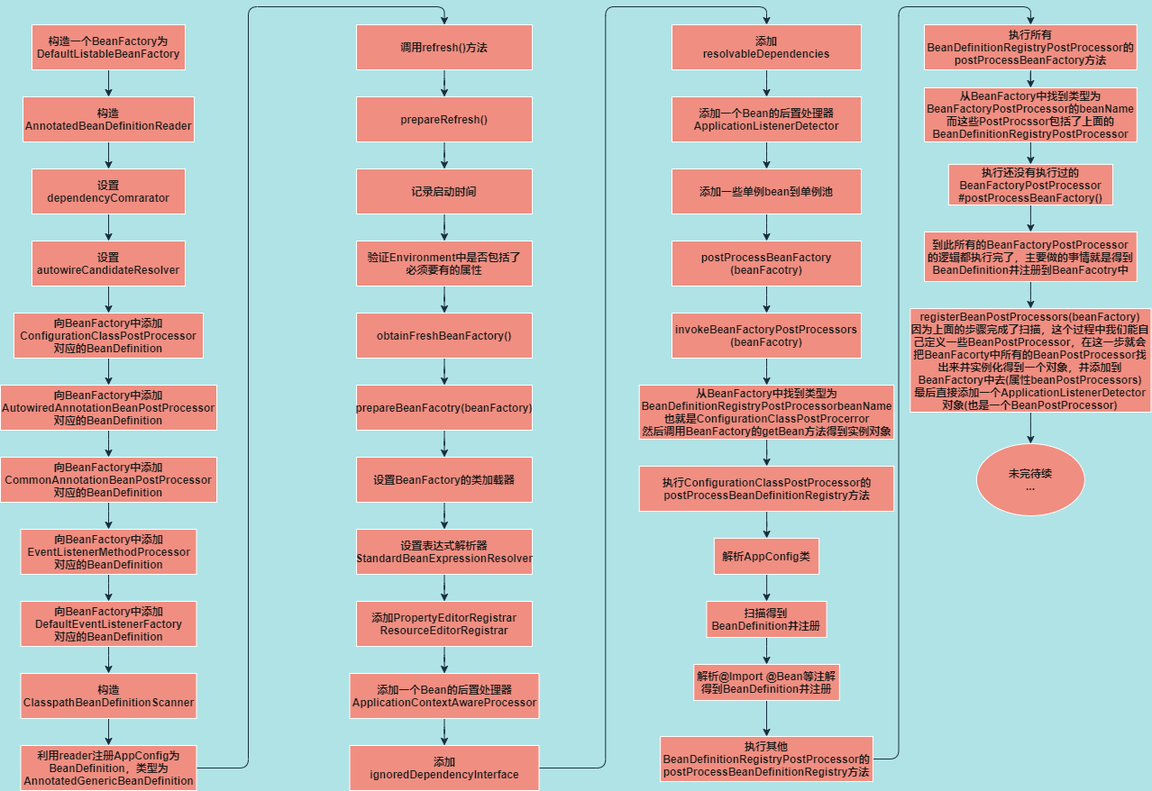
Earlier version of the draw.io export docs/spring/imgs/Spring启动流程1212.png (turn-left/turn-left.github.io). Source tidied: cells renumbered, new cells last; positions are measured from the earlier drawing's top-left corner, leaving out a move shared by most shapes.
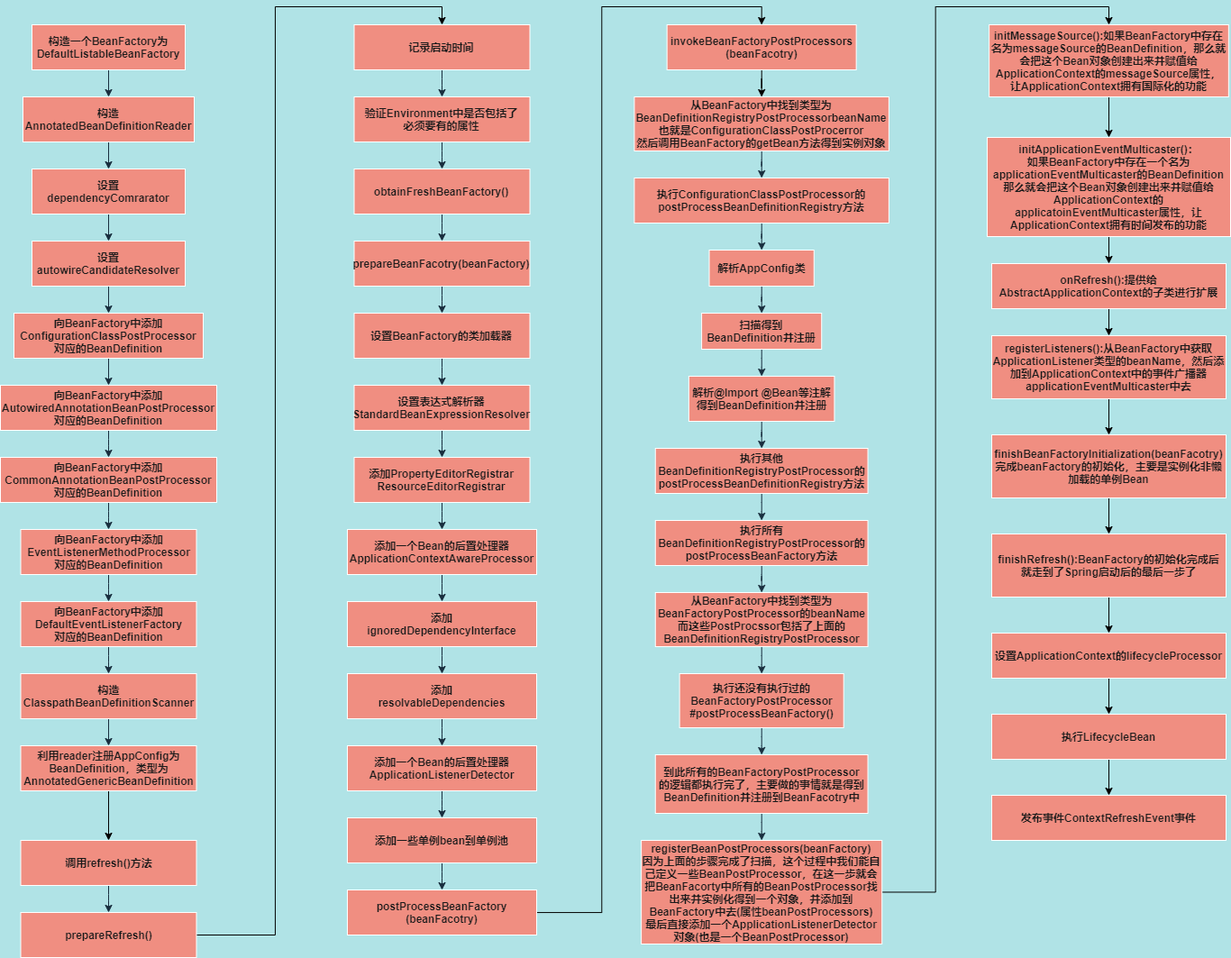
Later version of the same file.

Diff of the diagram source:
```diff
@@ -52,10 +52,4 @@
     </mxCell>
-    <mxCell id="18" style="edgeStyle=orthogonalEdgeStyle;curved=0;rounded=1;sketch=0;jettySize=auto;html=1;strokeColor=#182E3E;fontColor=#1A1A1A;entryX=0.5;entryY=0;entryDx=0;entryDy=0;labelBackgroundColor=#B0E3E6;" parent="1" edge="1" source="19" target="21">
-      <mxGeometry relative="1" as="geometry">
-        <Array as="points">
-          <mxPoint x="275" y="845" />
-          <mxPoint x="275" />
-          <mxPoint x="493" />
-        </Array>
-      </mxGeometry>
+    <mxCell id="18" style="edgeStyle=orthogonalEdgeStyle;rounded=0;jettySize=auto;html=1;" parent="1" edge="1" source="19" target="21">
+      <mxGeometry relative="1" as="geometry" />
     </mxCell>
@@ -68,5 +62,5 @@
     <mxCell id="21" value="调用refresh()方法" style="rounded=0;whiteSpace=wrap;html=1;fontStyle=1;fillColor=#F08E81;strokeColor=#FFFFFF;fontColor=#1A1A1A;" parent="1" vertex="1">
-      <mxGeometry x="395" y="20" width="195" height="50" as="geometry" />
+      <mxGeometry x="22.5" y="925" width="195" height="50" as="geometry" />
     </mxCell>
-    <mxCell id="22" style="edgeStyle=orthogonalEdgeStyle;curved=0;rounded=1;sketch=0;jettySize=auto;html=1;strokeColor=#182E3E;fontColor=#1A1A1A;labelBackgroundColor=#B0E3E6;" parent="1" edge="1" source="23" target="25">
+    <mxCell id="22" style="edgeStyle=orthogonalEdgeStyle;rounded=0;jettySize=auto;html=1;entryX=0.5;entryY=0;entryDx=0;entryDy=0;" parent="1" edge="1" source="23" target="25">
       <mxGeometry relative="1" as="geometry" />
@@ -74,3 +68,3 @@
     <mxCell id="23" value="prepareRefresh()" style="rounded=0;whiteSpace=wrap;html=1;fontStyle=1;fillColor=#F08E81;strokeColor=#FFFFFF;fontColor=#1A1A1A;" parent="1" vertex="1">
-      <mxGeometry x="395" y="100" width="195" height="50" as="geometry" />
+      <mxGeometry x="22.5" y="1005" width="195" height="50" as="geometry" />
     </mxCell>
@@ -80,3 +74,3 @@
     <mxCell id="25" value="记录启动时间" style="rounded=0;whiteSpace=wrap;html=1;fontStyle=1;fillColor=#F08E81;strokeColor=#FFFFFF;fontColor=#1A1A1A;" parent="1" vertex="1">
-      <mxGeometry x="395" y="180" width="195" height="50" as="geometry" />
+      <mxGeometry x="392.5" y="20" width="195" height="50" as="geometry" />
     </mxCell>
@@ -86,3 +80,3 @@
     <mxCell id="27" value="验证Environment中是否包括了&lt;br&gt;必须要有的属性" style="rounded=0;whiteSpace=wrap;html=1;fontStyle=1;fillColor=#F08E81;strokeColor=#FFFFFF;fontColor=#1A1A1A;" parent="1" vertex="1">
-      <mxGeometry x="395" y="260" width="195" height="50" as="geometry" />
+      <mxGeometry x="392.5" y="100" width="195" height="50" as="geometry" />
     </mxCell>
@@ -92,3 +86,3 @@
     <mxCell id="29" value="obtainFreshBeanFactory()" style="rounded=0;whiteSpace=wrap;html=1;fontStyle=1;fillColor=#F08E81;strokeColor=#FFFFFF;fontColor=#1A1A1A;" parent="1" vertex="1">
-      <mxGeometry x="395" y="340" width="195" height="50" as="geometry" />
+      <mxGeometry x="392.5" y="180" width="195" height="50" as="geometry" />
     </mxCell>
@@ -98,3 +92,3 @@
     <mxCell id="31" value="prepareBeanFacotry(beanFactory)" style="rounded=0;whiteSpace=wrap;html=1;fontStyle=1;fillColor=#F08E81;strokeColor=#FFFFFF;fontColor=#1A1A1A;" parent="1" vertex="1">
-      <mxGeometry x="395" y="420" width="195" height="50" as="geometry" />
+      <mxGeometry x="392.5" y="260" width="195" height="50" as="geometry" />
     </mxCell>
@@ -104,3 +98,3 @@
     <mxCell id="33" value="设置BeanFactory的类加载器" style="rounded=0;whiteSpace=wrap;html=1;fontStyle=1;fillColor=#F08E81;strokeColor=#FFFFFF;fontColor=#1A1A1A;" parent="1" vertex="1">
-      <mxGeometry x="395" y="500" width="195" height="50" as="geometry" />
+      <mxGeometry x="392.5" y="340" width="195" height="50" as="geometry" />
     </mxCell>
@@ -110,3 +104,3 @@
     <mxCell id="35" value="设置表达式解析器&lt;br&gt;StandardBeanExpressionResolver" style="rounded=0;whiteSpace=wrap;html=1;fontStyle=1;fillColor=#F08E81;strokeColor=#FFFFFF;fontColor=#1A1A1A;" parent="1" vertex="1">
-      <mxGeometry x="395" y="580" width="195" height="50" as="geometry" />
+      <mxGeometry x="392.5" y="420" width="195" height="50" as="geometry" />
     </mxCell>
@@ -128,3 +122,3 @@
     <mxCell id="41" value="添加PropertyEditorRegistrar&lt;br&gt;ResourceEditorRegistrar" style="rounded=0;whiteSpace=wrap;html=1;fontStyle=1;fillColor=#F08E81;strokeColor=#FFFFFF;fontColor=#1A1A1A;" parent="1" vertex="1">
-      <mxGeometry x="395" y="660" width="195" height="50" as="geometry" />
+      <mxGeometry x="392.5" y="500" width="195" height="50" as="geometry" />
     </mxCell>
@@ -134,3 +128,3 @@
     <mxCell id="43" value="添加一个Bean的后置处理器&lt;br&gt;ApplicationContextAwareProcessor" style="rounded=0;whiteSpace=wrap;html=1;fontStyle=1;fillColor=#F08E81;strokeColor=#FFFFFF;fontColor=#1A1A1A;" parent="1" vertex="1">
-      <mxGeometry x="387.5" y="740" width="210" height="50" as="geometry" />
+      <mxGeometry x="385" y="580" width="210" height="50" as="geometry" />
     </mxCell>
@@ -140,3 +134,3 @@
     <mxCell id="45" value="添加&lt;br&gt;ignoredDependencyInterface" style="rounded=0;whiteSpace=wrap;html=1;fontStyle=1;fillColor=#F08E81;strokeColor=#FFFFFF;fontColor=#1A1A1A;" parent="1" vertex="1">
-      <mxGeometry x="387.5" y="820" width="210" height="50" as="geometry" />
+      <mxGeometry x="385" y="660" width="210" height="50" as="geometry" />
     </mxCell>
@@ -146,3 +140,3 @@
     <mxCell id="47" value="添加&lt;br&gt;resolvableDependencies" style="rounded=0;whiteSpace=wrap;html=1;fontStyle=1;fillColor=#F08E81;strokeColor=#FFFFFF;fontColor=#1A1A1A;" parent="1" vertex="1">
-      <mxGeometry x="745" y="20" width="210" height="50" as="geometry" />
+      <mxGeometry x="385" y="740" width="210" height="50" as="geometry" />
     </mxCell>
@@ -152,3 +146,3 @@
     <mxCell id="49" value="添加一个Bean的后置处理器&lt;br&gt;ApplicationListenerDetector" style="rounded=0;whiteSpace=wrap;html=1;fontStyle=1;fillColor=#F08E81;strokeColor=#FFFFFF;fontColor=#1A1A1A;" parent="1" vertex="1">
-      <mxGeometry x="745" y="100" width="210" height="50" as="geometry" />
+      <mxGeometry x="385" y="820" width="210" height="50" as="geometry" />
     </mxCell>
@@ -158,5 +152,5 @@
     <mxCell id="51" value="添加一些单例bean到单例池" style="rounded=0;whiteSpace=wrap;html=1;fontStyle=1;fillColor=#F08E81;strokeColor=#FFFFFF;fontColor=#1A1A1A;" parent="1" vertex="1">
-      <mxGeometry x="745" y="180" width="210" height="50" as="geometry" />
+      <mxGeometry x="385" y="900" width="210" height="50" as="geometry" />
     </mxCell>
-    <mxCell id="52" style="edgeStyle=orthogonalEdgeStyle;curved=0;rounded=1;sketch=0;jettySize=auto;html=1;strokeColor=#182E3E;fontColor=#1A1A1A;labelBackgroundColor=#B0E3E6;" parent="1" edge="1" source="53" target="55">
+    <mxCell id="52" style="edgeStyle=orthogonalEdgeStyle;rounded=0;jettySize=auto;html=1;entryX=0.5;entryY=0;entryDx=0;entryDy=0;" parent="1" edge="1" source="53" target="55">
       <mxGeometry relative="1" as="geometry" />
@@ -164,5 +158,5 @@
     <mxCell id="53" value="postProcessBeanFactory&lt;br&gt;(beanFacotry)" style="rounded=0;whiteSpace=wrap;html=1;fontStyle=1;fillColor=#F08E81;strokeColor=#FFFFFF;fontColor=#1A1A1A;" parent="1" vertex="1">
-      <mxGeometry x="745" y="260" width="210" height="50" as="geometry" />
+      <mxGeometry x="385" y="980" width="210" height="50" as="geometry" />
     </mxCell>
-    <mxCell id="54" style="edgeStyle=orthogonalEdgeStyle;curved=0;rounded=1;sketch=0;jettySize=auto;html=1;strokeColor=#182E3E;fontColor=#1A1A1A;labelBackgroundColor=#B0E3E6;" parent="1" edge="1" source="55" target="57">
+    <mxCell id="54" style="edgeStyle=orthogonalEdgeStyle;rounded=0;jettySize=auto;html=1;entryX=0.5;entryY=0;entryDx=0;entryDy=0;" parent="1" edge="1" source="55" target="57">
       <mxGeometry relative="1" as="geometry" />
@@ -170,3 +164,3 @@
     <mxCell id="55" value="invokeBeanFactoryPostProcessors&lt;br&gt;(beanFacotry)" style="rounded=0;whiteSpace=wrap;html=1;fontStyle=1;fillColor=#F08E81;strokeColor=#FFFFFF;fontColor=#1A1A1A;" parent="1" vertex="1">
-      <mxGeometry x="745" y="340" width="210" height="50" as="geometry" />
+      <mxGeometry x="739.7" y="20" width="210" height="50" as="geometry" />
     </mxCell>
@@ -176,3 +170,3 @@
     <mxCell id="57" value="从BeanFactory中找到类型为BeanDefinitionRegistryPostProcessorbeanName&lt;br&gt;也就是ConfigurationClassPostProcerror&lt;br&gt;然后调用BeanFactory的getBean方法得到实例对象" style="rounded=0;whiteSpace=wrap;html=1;fontStyle=1;fillColor=#F08E81;strokeColor=#FFFFFF;fontColor=#1A1A1A;" parent="1" vertex="1">
-      <mxGeometry x="708.8" y="420" width="282.5" height="60" as="geometry" />
+      <mxGeometry x="703.4" y="100" width="282.5" height="60" as="geometry" />
     </mxCell>
@@ -182,3 +176,3 @@
     <mxCell id="59" value="执行ConfigurationClassPostProcessor的&lt;br&gt;postProcessBeanDefinitionRegistry方法" style="rounded=0;whiteSpace=wrap;html=1;fontStyle=1;fillColor=#F08E81;strokeColor=#FFFFFF;fontColor=#1A1A1A;" parent="1" vertex="1">
-      <mxGeometry x="708.8" y="510" width="282.5" height="50" as="geometry" />
+      <mxGeometry x="703.4" y="190" width="282.5" height="50" as="geometry" />
     </mxCell>
@@ -188,3 +182,3 @@
     <mxCell id="61" value="解析AppConfig类" style="rounded=0;whiteSpace=wrap;html=1;fontStyle=1;fillColor=#F08E81;strokeColor=#FFFFFF;fontColor=#1A1A1A;" parent="1" vertex="1">
-      <mxGeometry x="791.9" y="590" width="116.2" height="40" as="geometry" />
+      <mxGeometry x="786.5" y="270" width="116.2" height="40" as="geometry" />
     </mxCell>
@@ -194,3 +188,3 @@
     <mxCell id="63" value="扫描得到BeanDefinition并注册" style="rounded=0;whiteSpace=wrap;html=1;fontStyle=1;fillColor=#F08E81;strokeColor=#FFFFFF;fontColor=#1A1A1A;" parent="1" vertex="1">
-      <mxGeometry x="783.4" y="660" width="133.1" height="40" as="geometry" />
+      <mxGeometry x="778.1" y="340" width="133.1" height="40" as="geometry" />
     </mxCell>
@@ -200,3 +194,3 @@
     <mxCell id="65" value="解析@Import @Bean等注解得到BeanDefinition并注册" style="rounded=0;whiteSpace=wrap;html=1;fontStyle=1;fillColor=#F08E81;strokeColor=#FFFFFF;fontColor=#1A1A1A;" parent="1" vertex="1">
-      <mxGeometry x="769.2" y="730" width="161.6" height="40" as="geometry" />
+      <mxGeometry x="763.9" y="410" width="161.6" height="50" as="geometry" />
     </mxCell>
@@ -206,3 +200,3 @@
     <mxCell id="67" value="执行其他BeanDefinitionRegistryPostProcessor的postProcessBeanDefinitionRegistry方法" style="rounded=0;whiteSpace=wrap;html=1;fontStyle=1;fillColor=#F08E81;strokeColor=#FFFFFF;fontColor=#1A1A1A;" parent="1" vertex="1">
-      <mxGeometry x="732.1" y="810" width="235.8" height="50" as="geometry" />
+      <mxGeometry x="726.8" y="490" width="235.8" height="50" as="geometry" />
     </mxCell>
@@ -212,3 +206,3 @@
     <mxCell id="69" value="执行所有BeanDefinitionRegistryPostProcessor的postProcessBeanFactory方法" style="rounded=0;whiteSpace=wrap;html=1;fontStyle=1;fillColor=#F08E81;strokeColor=#FFFFFF;fontColor=#1A1A1A;" parent="1" vertex="1">
-      <mxGeometry x="1025" y="20" width="235.8" height="50" as="geometry" />
+      <mxGeometry x="726.8" y="570" width="235.8" height="50" as="geometry" />
     </mxCell>
@@ -218,3 +212,3 @@
     <mxCell id="71" value="从BeanFactory中找到类型为BeanFactoryPostProcessor的beanName&lt;br&gt;而这些PostProcssor包括了上面的BeanDefinitionRegistryPostProcessor" style="rounded=0;whiteSpace=wrap;html=1;fontStyle=1;fillColor=#F08E81;strokeColor=#FFFFFF;fontColor=#1A1A1A;" parent="1" vertex="1">
-      <mxGeometry x="1025" y="90" width="235.8" height="60" as="geometry" />
+      <mxGeometry x="726.8" y="650" width="235.8" height="60" as="geometry" />
     </mxCell>
@@ -224,3 +218,3 @@
     <mxCell id="73" value="执行还没有执行过的&lt;br&gt;BeanFactoryPostProcessor&lt;br&gt;#postProcessBeanFactory()" style="whiteSpace=wrap;html=1;rounded=0;fontColor=#1A1A1A;fontStyle=1;strokeColor=#FFFFFF;fillColor=#F08E81;" parent="1" vertex="1">
-      <mxGeometry x="1051.8" y="175" width="182.1" height="45" as="geometry" />
+      <mxGeometry x="753.6" y="740" width="182.1" height="60" as="geometry" />
     </mxCell>
@@ -230,13 +224,61 @@
     <mxCell id="75" value="到此所有的BeanFactoryPostProcessor&lt;br&gt;的逻辑都执行完了，主要做的事情就是得到BeanDefinition并注册到BeanFacotry中" style="whiteSpace=wrap;html=1;rounded=0;fontColor=#1A1A1A;fontStyle=1;strokeColor=#FFFFFF;fillColor=#F08E81;" parent="1" vertex="1">
-      <mxGeometry x="1025" y="250" width="235.8" height="55" as="geometry" />
+      <mxGeometry x="726.8" y="830" width="235.8" height="65" as="geometry" />
     </mxCell>
-    <mxCell id="76" style="edgeStyle=orthogonalEdgeStyle;curved=0;rounded=1;sketch=0;jettySize=auto;html=1;strokeColor=#182E3E;fontColor=#1A1A1A;" parent="1" edge="1" source="77" target="78">
-      <mxGeometry relative="1" as="geometry" />
-    </mxCell>
+    <mxCell id="79" style="edgeStyle=orthogonalEdgeStyle;rounded=0;jettySize=auto;html=1;entryX=0.5;entryY=0;entryDx=0;entryDy=0;" parent="1" edge="1" source="77" target="81">
+      <mxGeometry relative="1" as="geometry" />
+    </mxCell>
     <mxCell id="77" value="registerBeanPostProcessors(beanFactory)&lt;br&gt;因为上面的步骤完成了扫描，这个过程中我们能自己定义一些BeanPostProcessor，在这一步就会把BeanFacorty中所有的BeanPostProcessor找出来并实例化得到一个对象，并添加到BeanFactory中去(属性beanPostProcessors)&lt;br&gt;最后直接添加一个ApplicationListenerDetector对象(也是一个BeanPostProcessor)" style="whiteSpace=wrap;html=1;rounded=0;fontColor=#1A1A1A;fontStyle=1;strokeColor=#FFFFFF;fillColor=#F08E81;" parent="1" vertex="1">
-      <mxGeometry x="1009.3" y="335" width="267.1" height="115" as="geometry" />
+      <mxGeometry x="711.1" y="925" width="267.1" height="115" as="geometry" />
     </mxCell>
-    <mxCell id="78" value="未完待续&lt;br&gt;..." style="ellipse;whiteSpace=wrap;html=1;rounded=0;fontColor=#1A1A1A;fontStyle=1;strokeColor=#FFFFFF;fillColor=#F08E81;" parent="1" vertex="1">
-      <mxGeometry x="1082.9" y="485" width="120" height="80" as="geometry" />
-    </mxCell>
+    <mxCell id="80" style="edgeStyle=orthogonalEdgeStyle;rounded=0;jettySize=auto;html=1;entryX=0.5;entryY=0;entryDx=0;entryDy=0;" parent="1" edge="1" source="81" target="83">
+      <mxGeometry relative="1" as="geometry" />
+    </mxCell>
+    <mxCell id="81" value="initMessageSource():如果BeanFactory中存在名为messageSource的BeanDefinition，那么就会把这个Bean对象创建出来并赋值给ApplicationContext的messageSource属性，&lt;br&gt;让ApplicationContext拥有国际化的功能" style="whiteSpace=wrap;html=1;rounded=0;fontColor=#1A1A1A;fontStyle=1;strokeColor=#FFFFFF;fillColor=#F08E81;" parent="1" vertex="1">
+      <mxGeometry x="1097.1" y="20" width="265.7" height="80" as="geometry" />
+    </mxCell>
+    <mxCell id="82" style="edgeStyle=orthogonalEdgeStyle;rounded=0;jettySize=auto;html=1;" parent="1" edge="1" source="83" target="85">
+      <mxGeometry relative="1" as="geometry" />
+    </mxCell>
+    <mxCell id="83" value="initApplicationEventMulticaster()：&lt;br&gt;如果BeanFactory中存在一个名为applicationEventMulticaster的BeanDefinition&lt;br&gt;那么就会把这个Bean对象创建出来并赋值给ApplicationContext的applicatoinEventMulticaster属性，让ApplicationContext拥有时间发布的功能" style="whiteSpace=wrap;html=1;rounded=0;fontColor=#1A1A1A;fontStyle=1;strokeColor=#FFFFFF;fillColor=#F08E81;" parent="1" vertex="1">
+      <mxGeometry x="1095" y="145" width="270" height="110" as="geometry" />
+    </mxCell>
+    <mxCell id="84" style="edgeStyle=orthogonalEdgeStyle;rounded=0;jettySize=auto;html=1;" parent="1" edge="1" source="85" target="87">
+      <mxGeometry relative="1" as="geometry" />
+    </mxCell>
+    <mxCell id="85" value="onRefresh():提供给&lt;br&gt;AbstractApplicationContext的子类进行扩展" style="whiteSpace=wrap;html=1;rounded=0;fontColor=#1A1A1A;fontStyle=1;strokeColor=#FFFFFF;fillColor=#F08E81;" parent="1" vertex="1">
+      <mxGeometry x="1100" y="285" width="260" height="50" as="geometry" />
+    </mxCell>
+    <mxCell id="86" style="edgeStyle=orthogonalEdgeStyle;rounded=0;jettySize=auto;html=1;" parent="1" edge="1" source="87" target="89">
+      <mxGeometry relative="1" as="geometry" />
+    </mxCell>
+    <mxCell id="87" value="registerListeners():从BeanFactory中获取ApplicationListener类型的beanName，然后添加到ApplicationContext中的事件广播器&lt;br&gt;applicationEventMulticaster中去" style="whiteSpace=wrap;html=1;rounded=0;fontColor=#1A1A1A;fontStyle=1;strokeColor=#FFFFFF;fillColor=#F08E81;" parent="1" vertex="1">
+      <mxGeometry x="1100" y="365" width="260" height="70" as="geometry" />
+    </mxCell>
+    <mxCell id="88" style="edgeStyle=orthogonalEdgeStyle;rounded=0;jettySize=auto;html=1;" parent="1" edge="1" source="89" target="91">
+      <mxGeometry relative="1" as="geometry" />
+    </mxCell>
+    <mxCell id="89" value="finishBeanFactoryInitialization(beanFacotry)&lt;br&gt;完成beanFactory的初始化，主要是实例化非懒加载的单例Bean" style="whiteSpace=wrap;html=1;rounded=0;fontColor=#1A1A1A;fontStyle=1;strokeColor=#FFFFFF;fillColor=#F08E81;" parent="1" vertex="1">
+      <mxGeometry x="1100" y="475" width="260" height="70" as="geometry" />
+    </mxCell>
+    <mxCell id="90" style="edgeStyle=orthogonalEdgeStyle;rounded=0;jettySize=auto;html=1;" parent="1" edge="1" source="91" target="93">
+      <mxGeometry relative="1" as="geometry" />
+    </mxCell>
+    <mxCell id="91" value="finishRefresh():BeanFactory的初始化完成后&lt;br&gt;就走到了Spring启动后的最后一步了" style="whiteSpace=wrap;html=1;rounded=0;fontColor=#1A1A1A;fontStyle=1;strokeColor=#FFFFFF;fillColor=#F08E81;" parent="1" vertex="1">
+      <mxGeometry x="1100" y="585" width="260" height="70" as="geometry" />
+    </mxCell>
+    <mxCell id="92" style="edgeStyle=orthogonalEdgeStyle;rounded=0;jettySize=auto;html=1;" parent="1" edge="1" source="93" target="95">
+      <mxGeometry relative="1" as="geometry" />
+    </mxCell>
+    <mxCell id="93" value="设置ApplicationContext的lifecycleProcessor" style="whiteSpace=wrap;html=1;rounded=0;fontColor=#1A1A1A;fontStyle=1;strokeColor=#FFFFFF;fillColor=#F08E81;" parent="1" vertex="1">
+      <mxGeometry x="1100" y="695" width="260" height="50" as="geometry" />
+    </mxCell>
+    <mxCell id="94" style="edgeStyle=orthogonalEdgeStyle;rounded=0;jettySize=auto;html=1;" parent="1" edge="1" source="95" target="96">
+      <mxGeometry relative="1" as="geometry" />
+    </mxCell>
+    <mxCell id="95" value="执行LifecycleBean" style="whiteSpace=wrap;html=1;rounded=0;fontColor=#1A1A1A;fontStyle=1;strokeColor=#FFFFFF;fillColor=#F08E81;" parent="1" vertex="1">
+      <mxGeometry x="1100" y="785" width="260" height="50" as="geometry" />
+    </mxCell>
+    <mxCell id="96" value="发布事件ContextRefreshEvent事件" style="whiteSpace=wrap;html=1;rounded=0;fontColor=#1A1A1A;fontStyle=1;strokeColor=#FFFFFF;fillColor=#F08E81;" parent="1" vertex="1">
+      <mxGeometry x="1100" y="875" width="260" height="50" as="geometry" />
+    </mxCell>
   </root>
```
